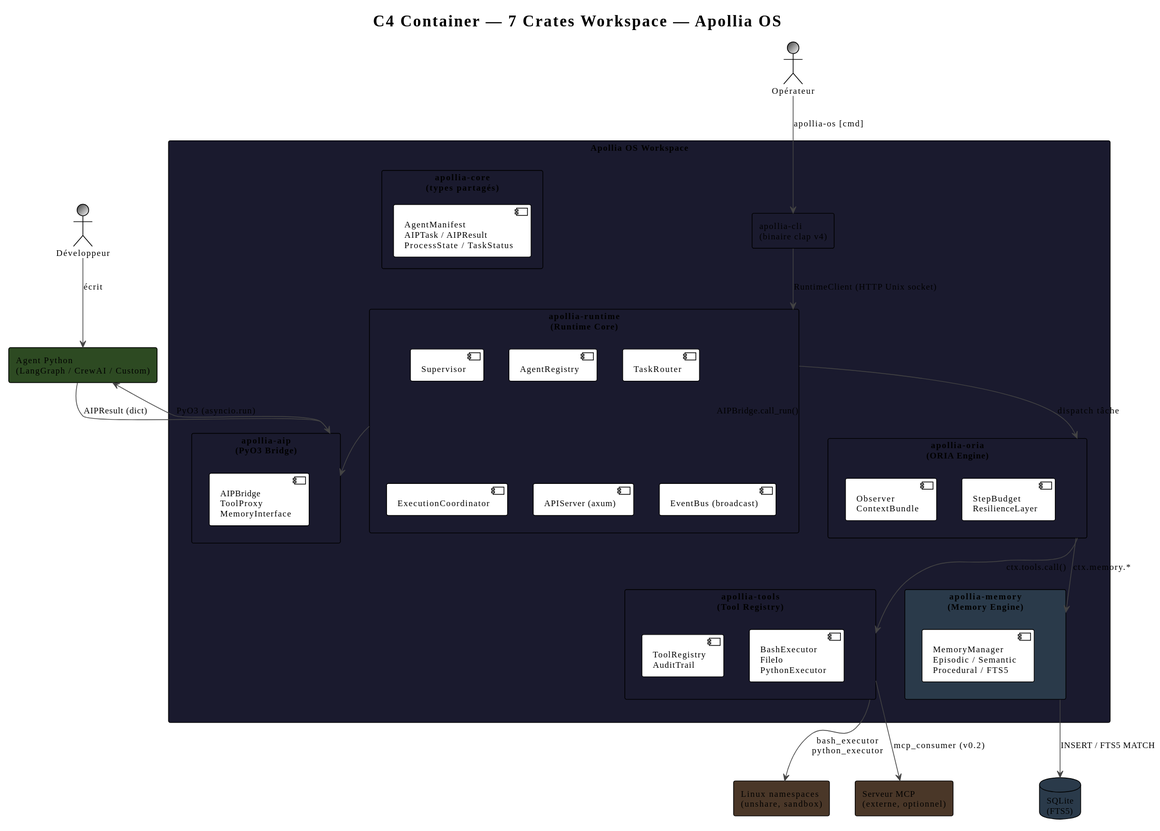
Earlier version of the PlantUML export book/src/architecture/diagrams/c4-container-runtime.svg (nidal-z/apollia-os).
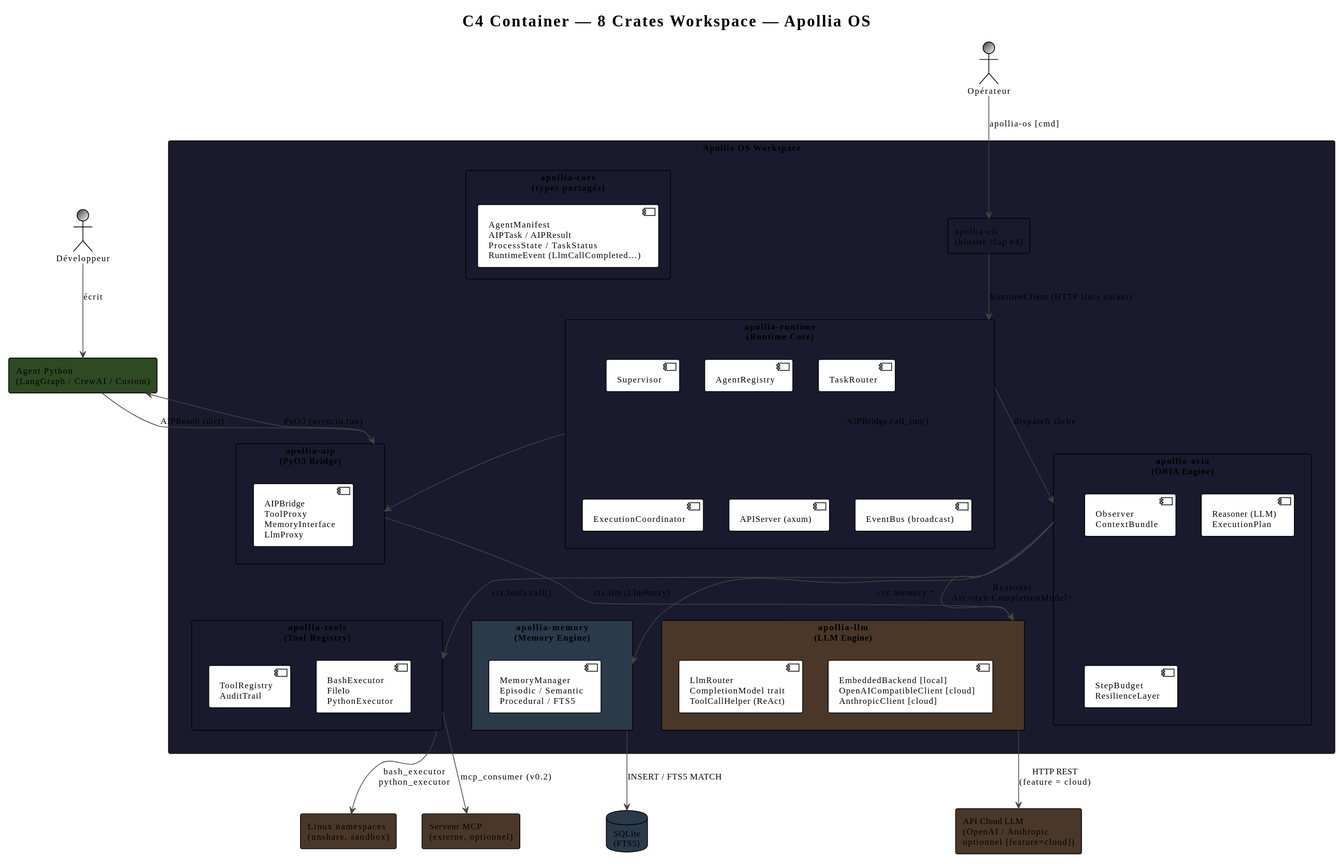
The same diagram one commit later.

Change to the diagram source:
```diff
@@ -6,7 +6,7 @@
 skinparam ArrowColor #444444
 skinparam BorderColor #444444
 
-title C4 Container — 7 Crates Workspace — Apollia OS
+title C4 Container — 8 Crates Workspace — Apollia OS
 
 actor "Opérateur" as ops #3a3a3a/white
 actor "Développeur" as dev #3a3a3a/white
@@ -26,6 +26,7 @@
 
   rectangle "apollia-oria\n(ORIA Engine)" as oria #1a1a2e {
     component "Observer\nContextBundle" as obs
+    component "Reasoner (LLM)\nExecutionPlan" as reasoner
     component "StepBudget\nResilienceLayer" as budget
   }
 
@@ -39,11 +40,16 @@
   }
 
   rectangle "apollia-aip\n(PyO3 Bridge)" as aip #1a1a2e {
-    component "AIPBridge\nToolProxy\nMemoryInterface" as bridge
+    component "AIPBridge\nToolProxy\nMemoryInterface\nLlmProxy" as bridge
+  }
+
+  rectangle "apollia-llm\n(LLM Engine)" as llm #4a3728 {
+    component "LlmRouter\nCompletionModel trait\nToolCallHelper (ReAct)" as llmrouter
+    component "EmbeddedBackend [local]\nOpenAICompatibleClient [cloud]\nAnthropicClient [cloud]" as backends
   }
 
   rectangle "apollia-core\n(types partagés)" as core #1a1a2e {
-    component "AgentManifest\nAIPTask / AIPResult\nProcessState / TaskStatus" as types
+    component "AgentManifest\nAIPTask / AIPResult\nProcessState / TaskStatus\nRuntimeEvent (LlmCallCompleted…)" as types
   }
 }
 
@@ -55,16 +61,21 @@
 
 rectangle "Serveur MCP\n(externe, optionnel)" as mcp #4a3728
 
+rectangle "API Cloud LLM\n(OpenAI / Anthropic\noptionnel [feature=cloud])" as cloudllm #4a3728
+
 ops --> cli : apollia-os [cmd]
 dev --> agent : écrit
 cli --> runtime : RuntimeClient (HTTP Unix socket)
 runtime --> oria : dispatch tâche
 oria --> tools : ctx.tools.call()
 oria --> memory : ctx.memory.*
+oria --> llm : Reasoner\nArc<dyn CompletionModel>
 runtime --> aip : AIPBridge.call_run()
 aip --> agent : PyO3 (asyncio.run)
+aip --> llm : ctx.llm (LlmProxy)
 agent --> aip : AIPResult (dict)
 tools --> sandbox : bash_executor\npython_executor
 tools --> mcp : mcp_consumer (v0.2)
 memory --> sqlite : INSERT / FTS5 MATCH
+llm --> cloudllm : HTTP REST\n(feature = cloud)
 @enduml
```
